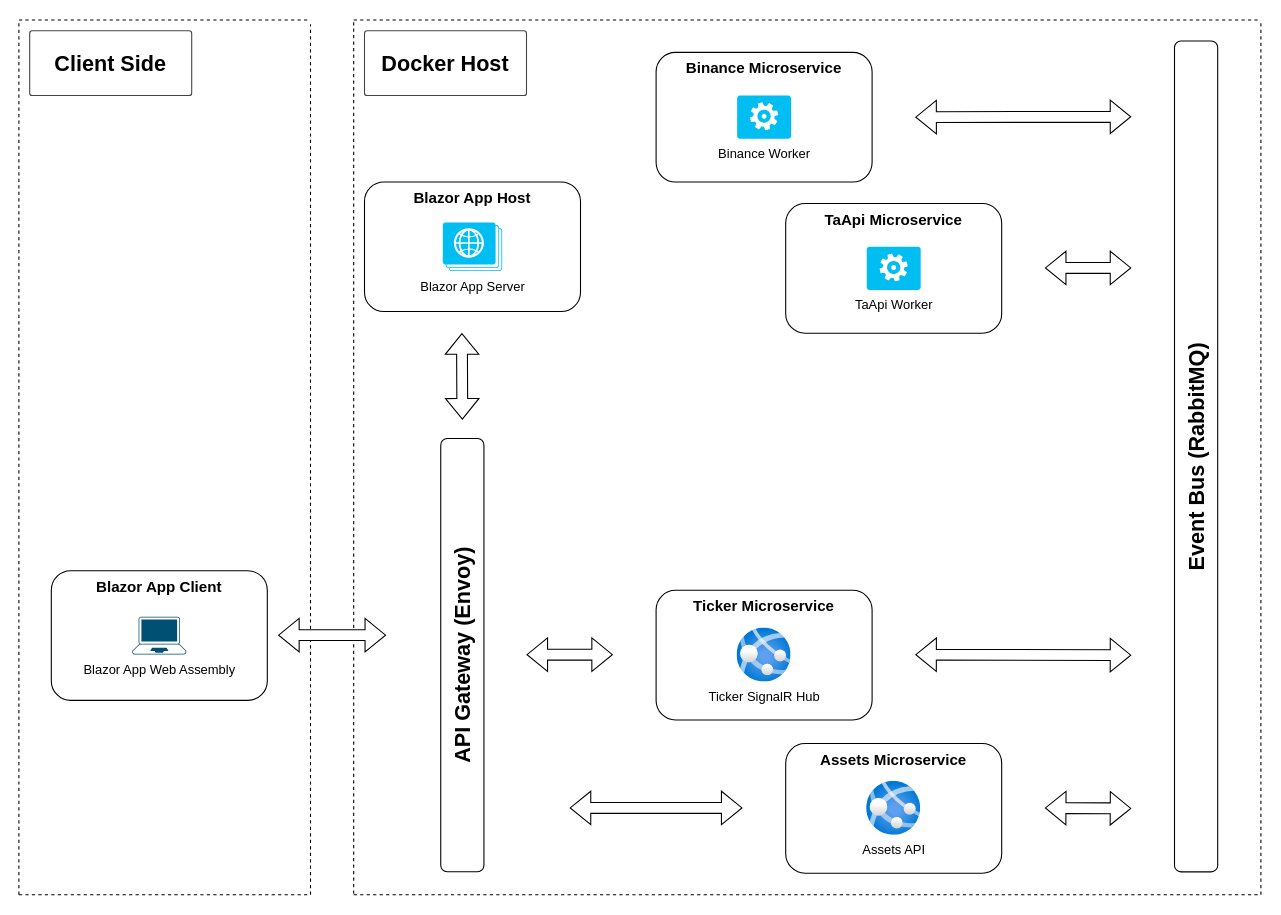
RadikSalakhov/TradingSuite keeps this draw.io diagram as docs/architecture.drawio. Above is the earlier version. Source tidied: cells renumbered, new cells numbered last; positions are measured from the earlier drawing's top-left corner, leaving out a move shared by most shapes. Both pictures are drawn from the tidied source at 108%, with x=0, y=0 at pixel (18, 18).
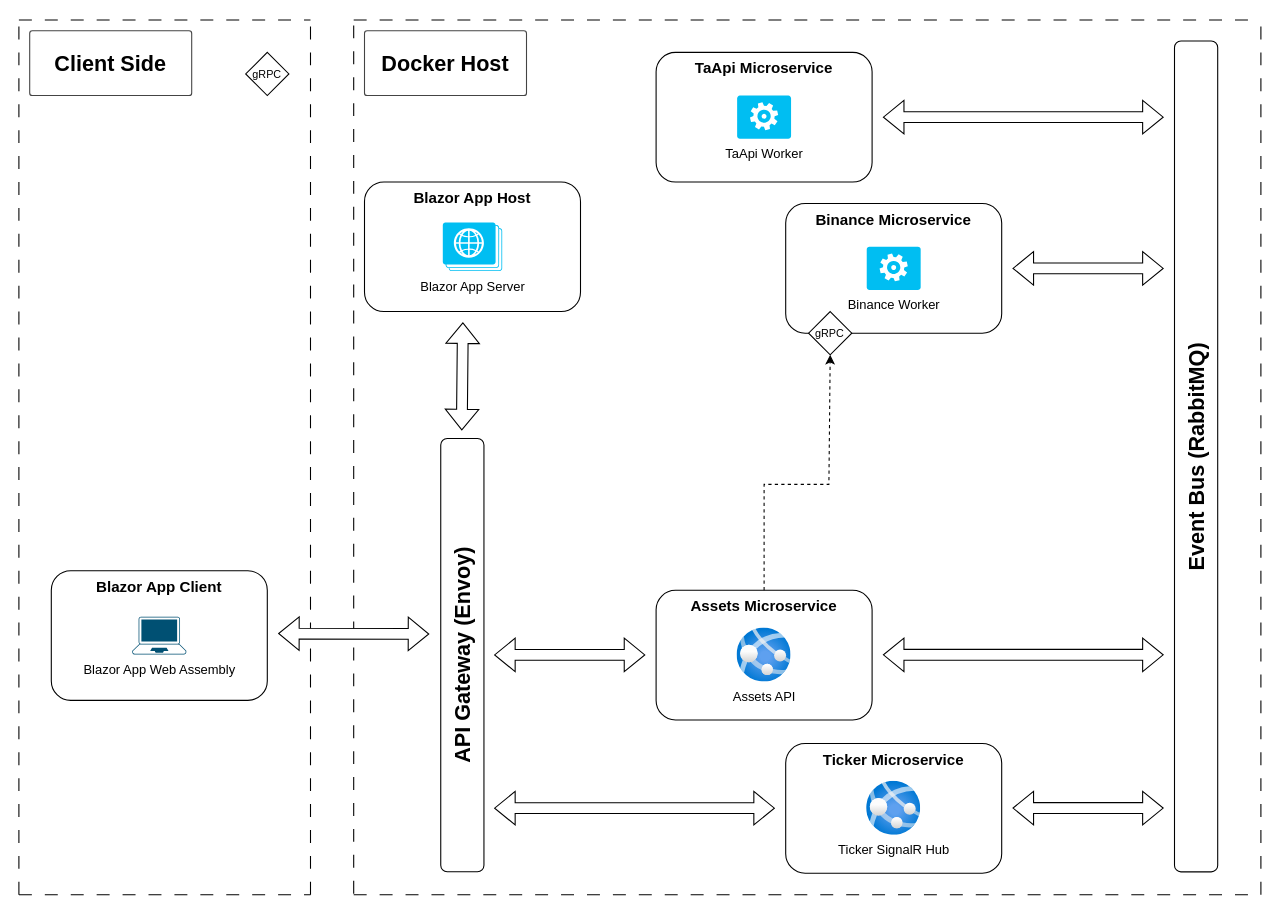
The same diagram, later.

The change refers to these unchanged cells:
```xml
<mxCell id="13" value="&lt;div style=&quot;font-size: 14px;&quot;&gt;&lt;span style=&quot;background-color: initial; font-size: 14px;&quot;&gt;Assets Microservice&lt;/span&gt;&lt;/div&gt;" style="rounded=1;whiteSpace=wrap;html=1;align=center;verticalAlign=top;fontStyle=1;fontSize=14;" parent="12" vertex="1">
  <mxGeometry width="200" height="120" as="geometry" />
</mxCell>
```

The edit, as a diff of the source:
```diff
@@
-    <mxCell id="2" style="group;" parent="1" vertex="1">
-      <mxGeometry x="590" y="31" width="200" height="120" as="geometry" />
-    </mxCell>
-    <mxCell id="3" style="group;" parent="2" vertex="1">
-      <mxGeometry width="200" height="120" as="geometry" />
-    </mxCell>
-    <mxCell id="4" value="&lt;div style=&quot;font-size: 14px;&quot;&gt;&lt;span style=&quot;background-color: initial; font-size: 14px;&quot;&gt;Binance Microservice&lt;/span&gt;&lt;/div&gt;" style="rounded=1;whiteSpace=wrap;html=1;align=center;verticalAlign=top;fontStyle=1;fontSize=14;" parent="3" vertex="1">
-      <mxGeometry width="200" height="120" as="geometry" />
-    </mxCell>
-    <mxCell id="5" value="Binance Worker" style="verticalLabelPosition=bottom;html=1;verticalAlign=top;align=center;strokeColor=none;fillColor=#00BEF2;shape=mxgraph.azure.worker_role;" parent="3" vertex="1">
-      <mxGeometry x="75" y="40" width="50" height="40" as="geometry" />
-    </mxCell>
@@
-    <mxCell id="7" style="endArrow=none;dashed=1;html=1;rounded=0;" parent="1" edge="1">
+    <mxCell id="7" style="endArrow=none;dashed=1;html=1;rounded=0;dashPattern=12 12;" parent="1" edge="1">
       <mxGeometry relative="1" as="geometry">
         <mxPoint x="310" y="1" as="sourcePoint" />
         <mxPoint x="1150" y="1" as="targetPoint" />
       </mxGeometry>
     </mxCell>
-    <mxCell id="8" style="endArrow=none;dashed=1;html=1;rounded=0;" parent="1" edge="1">
+    <mxCell id="8" style="endArrow=none;dashed=1;html=1;rounded=0;dashPattern=12 12;" parent="1" edge="1">
       <mxGeometry relative="1" as="geometry">
         <mxPoint x="1150" y="811" as="sourcePoint" />
         <mxPoint x="1150" y="1" as="targetPoint" />
       </mxGeometry>
     </mxCell>
-    <mxCell id="9" style="group;" parent="1" vertex="1">
-      <mxGeometry x="710" y="171" width="200" height="120" as="geometry" />
-    </mxCell>
-    <mxCell id="10" value="&lt;div style=&quot;font-size: 14px;&quot;&gt;&lt;span style=&quot;background-color: initial; font-size: 14px;&quot;&gt;TaApi Microservice&lt;/span&gt;&lt;/div&gt;" style="rounded=1;whiteSpace=wrap;html=1;align=center;verticalAlign=top;fontStyle=1;fontSize=14;" parent="9" vertex="1">
-      <mxGeometry width="200" height="120" as="geometry" />
-    </mxCell>
-    <mxCell id="11" value="TaApi Worker" style="verticalLabelPosition=bottom;html=1;verticalAlign=top;align=center;strokeColor=none;fillColor=#00BEF2;shape=mxgraph.azure.worker_role;" parent="9" vertex="1">
-      <mxGeometry x="75" y="40" width="50" height="40" as="geometry" />
-    </mxCell>
     <mxCell id="12" style="group;" parent="1" vertex="1">
-      <mxGeometry x="710" y="671" width="200" height="120" as="geometry" />
+      <mxGeometry x="590" y="529.1" width="200" height="120" as="geometry" />
     </mxCell>
@@
     <mxCell id="15" style="group;" parent="1" vertex="1">
-      <mxGeometry x="590" y="529.1" width="200" height="120" as="geometry" />
+      <mxGeometry x="710" y="671" width="200" height="120" as="geometry" />
     </mxCell>
@@
-    <mxCell id="18" style="endArrow=none;dashed=1;html=1;rounded=0;" parent="1" edge="1">
+    <mxCell id="18" style="endArrow=none;dashed=1;html=1;rounded=0;dashPattern=12 12;" parent="1" edge="1">
       <mxGeometry relative="1" as="geometry">
         <mxPoint x="310" y="811" as="sourcePoint" />
         <mxPoint x="1150" y="811" as="targetPoint" />
       </mxGeometry>
     </mxCell>
@@
     <mxCell id="23" style="shape=flexArrow;endArrow=classic;startArrow=classic;html=1;rounded=0;fillColor=default;" parent="1" edge="1">
       <mxGeometry relative="1" as="geometry">
-        <mxPoint x="470" y="588.7" as="sourcePoint" />
-        <mxPoint x="550" y="588.7" as="targetPoint" />
+        <mxPoint x="440" y="588.9" as="sourcePoint" />
+        <mxPoint x="580" y="588.9" as="targetPoint" />
       </mxGeometry>
     </mxCell>
     <mxCell id="24" style="shape=flexArrow;endArrow=classic;startArrow=classic;html=1;rounded=0;fillColor=default;" parent="1" edge="1">
       <mxGeometry relative="1" as="geometry">
-        <mxPoint x="510" y="730.6" as="sourcePoint" />
-        <mxPoint x="670" y="730.6" as="targetPoint" />
+        <mxPoint x="440" y="730.8" as="sourcePoint" />
+        <mxPoint x="700" y="730.8" as="targetPoint" />
       </mxGeometry>
     </mxCell>
-    <mxCell id="25" style="endArrow=none;dashed=1;html=1;rounded=0;" parent="1" edge="1">
+    <mxCell id="25" style="endArrow=none;dashed=1;html=1;rounded=0;dashPattern=12 12;" parent="1" edge="1">
       <mxGeometry relative="1" as="geometry">
         <mxPoint x="310" y="810" as="sourcePoint" />
         <mxPoint x="310" as="targetPoint" />
       </mxGeometry>
     </mxCell>
@@
-    <mxCell id="27" style="endArrow=none;dashed=1;html=1;rounded=0;" parent="1" edge="1">
+    <mxCell id="27" style="endArrow=none;dashed=1;html=1;rounded=0;dashPattern=12 12;" parent="1" edge="1">
       <mxGeometry relative="1" as="geometry">
         <mxPoint x="270" y="811" as="sourcePoint" />
         <mxPoint x="270" y="5" as="targetPoint" />
       </mxGeometry>
     </mxCell>
     <mxCell id="28" style="shape=flexArrow;endArrow=classic;startArrow=classic;html=1;rounded=0;fillColor=default;" parent="1" edge="1">
       <mxGeometry relative="1" as="geometry">
-        <mxPoint x="240" y="570.6" as="sourcePoint" />
-        <mxPoint x="340" y="570.6" as="targetPoint" />
+        <mxPoint x="240" y="569.1" as="sourcePoint" />
+        <mxPoint x="380" y="569.5" as="targetPoint" />
       </mxGeometry>
     </mxCell>
-    <mxCell id="29" style="endArrow=none;dashed=1;html=1;rounded=0;" parent="1" edge="1">
+    <mxCell id="29" style="endArrow=none;dashed=1;html=1;rounded=0;dashPattern=12 12;" parent="1" edge="1">
       <mxGeometry relative="1" as="geometry">
         <mxPoint y="811" as="sourcePoint" />
         <mxPoint y="1" as="targetPoint" />
       </mxGeometry>
     </mxCell>
-    <mxCell id="30" style="endArrow=none;dashed=1;html=1;rounded=0;" parent="1" edge="1">
+    <mxCell id="30" style="endArrow=none;dashed=1;html=1;rounded=0;dashPattern=12 12;" parent="1" edge="1">
       <mxGeometry relative="1" as="geometry">
         <mxPoint y="811" as="sourcePoint" />
         <mxPoint x="270" y="811" as="targetPoint" />
       </mxGeometry>
     </mxCell>
-    <mxCell id="31" style="endArrow=none;dashed=1;html=1;rounded=0;" parent="1" edge="1">
+    <mxCell id="31" style="endArrow=none;dashed=1;html=1;rounded=0;dashPattern=12 12;" parent="1" edge="1">
       <mxGeometry relative="1" as="geometry">
         <mxPoint y="1" as="sourcePoint" />
         <mxPoint x="270" y="1" as="targetPoint" />
       </mxGeometry>
     </mxCell>
@@
     <mxCell id="36" style="shape=flexArrow;endArrow=classic;startArrow=classic;html=1;rounded=0;fillColor=default;" parent="1" edge="1">
       <mxGeometry relative="1" as="geometry">
-        <mxPoint x="830" y="91" as="sourcePoint" />
-        <mxPoint x="1030" y="90.6" as="targetPoint" />
+        <mxPoint x="800" y="91" as="sourcePoint" />
+        <mxPoint x="1060" y="91" as="targetPoint" />
       </mxGeometry>
     </mxCell>
     <mxCell id="37" style="shape=flexArrow;endArrow=classic;startArrow=classic;html=1;rounded=0;fillColor=default;" parent="1" edge="1">
       <mxGeometry relative="1" as="geometry">
-        <mxPoint x="950" y="230.6" as="sourcePoint" />
-        <mxPoint x="1030" y="230.6" as="targetPoint" />
+        <mxPoint x="920" y="231" as="sourcePoint" />
+        <mxPoint x="1060" y="231" as="targetPoint" />
       </mxGeometry>
     </mxCell>
     <mxCell id="38" style="shape=flexArrow;endArrow=classic;startArrow=classic;html=1;rounded=0;fillColor=default;" parent="1" edge="1">
       <mxGeometry relative="1" as="geometry">
-        <mxPoint x="830" y="588.7" as="sourcePoint" />
-        <mxPoint x="1030" y="589.1" as="targetPoint" />
+        <mxPoint x="800" y="588.8" as="sourcePoint" />
+        <mxPoint x="1060" y="588.8" as="targetPoint" />
       </mxGeometry>
     </mxCell>
     <mxCell id="39" style="shape=flexArrow;endArrow=classic;startArrow=classic;html=1;rounded=0;fillColor=default;" parent="1" edge="1">
       <mxGeometry relative="1" as="geometry">
-        <mxPoint x="410.6" y="371" as="sourcePoint" />
-        <mxPoint x="410.2" y="291" as="targetPoint" />
+        <mxPoint x="410.1" y="381" as="sourcePoint" />
+        <mxPoint x="411.1" y="281" as="targetPoint" />
       </mxGeometry>
     </mxCell>
     <mxCell id="40" style="shape=flexArrow;endArrow=classic;startArrow=classic;html=1;rounded=0;fillColor=default;" parent="1" edge="1">
       <mxGeometry relative="1" as="geometry">
-        <mxPoint x="950" y="730.6" as="sourcePoint" />
-        <mxPoint x="1030" y="731" as="targetPoint" />
+        <mxPoint x="920" y="730.7" as="sourcePoint" />
+        <mxPoint x="1060" y="730.7" as="targetPoint" />
       </mxGeometry>
     </mxCell>
+    <mxCell id="2" style="group;" parent="1" vertex="1">
+      <mxGeometry x="590" y="31" width="200" height="120" as="geometry" />
+    </mxCell>
+    <mxCell id="10" value="&lt;div style=&quot;font-size: 14px;&quot;&gt;&lt;span style=&quot;background-color: initial; font-size: 14px;&quot;&gt;TaApi Microservice&lt;/span&gt;&lt;/div&gt;" style="rounded=1;whiteSpace=wrap;html=1;align=center;verticalAlign=top;fontStyle=1;fontSize=14;" parent="2" vertex="1">
+      <mxGeometry width="200" height="120" as="geometry" />
+    </mxCell>
+    <mxCell id="11" value="TaApi Worker" style="verticalLabelPosition=bottom;html=1;verticalAlign=top;align=center;strokeColor=none;fillColor=#00BEF2;shape=mxgraph.azure.worker_role;" parent="2" vertex="1">
+      <mxGeometry x="75" y="40" width="50" height="40" as="geometry" />
+    </mxCell>
+    <mxCell id="41" value="gRPC" style="rhombus;whiteSpace=wrap;html=1;fontSize=10;" parent="1" vertex="1">
+      <mxGeometry x="210" y="31" width="40" height="40" as="geometry" />
+    </mxCell>
+    <mxCell id="42" style="endArrow=classic;html=1;rounded=0;exitX=0.5;exitY=0;exitDx=0;exitDy=0;entryX=0.5;entryY=1;entryDx=0;entryDy=0;dashed=1;" parent="1" edge="1" source="13" target="44">
+      <mxGeometry relative="1" as="geometry">
+        <Array as="points">
+          <mxPoint x="690" y="431" />
+          <mxPoint x="750" y="431" />
+        </Array>
+      </mxGeometry>
+    </mxCell>
+    <mxCell id="43" style="group;" parent="1" vertex="1">
+      <mxGeometry x="710" y="171" width="200" height="140" as="geometry" />
+    </mxCell>
+    <mxCell id="4" value="&lt;div style=&quot;font-size: 14px;&quot;&gt;&lt;span style=&quot;background-color: initial; font-size: 14px;&quot;&gt;Binance Microservice&lt;/span&gt;&lt;/div&gt;" style="rounded=1;whiteSpace=wrap;html=1;align=center;verticalAlign=top;fontStyle=1;fontSize=14;" parent="43" vertex="1">
+      <mxGeometry width="200" height="120" as="geometry" />
+    </mxCell>
+    <mxCell id="5" value="Binance Worker" style="verticalLabelPosition=bottom;html=1;verticalAlign=top;align=center;strokeColor=none;fillColor=#00BEF2;shape=mxgraph.azure.worker_role;" parent="43" vertex="1">
+      <mxGeometry x="75" y="40" width="50" height="40" as="geometry" />
+    </mxCell>
+    <mxCell id="44" value="gRPC" style="rhombus;whiteSpace=wrap;html=1;fontSize=10;" parent="43" vertex="1">
+      <mxGeometry x="21.2" y="100" width="40" height="40" as="geometry" />
+    </mxCell>
```
